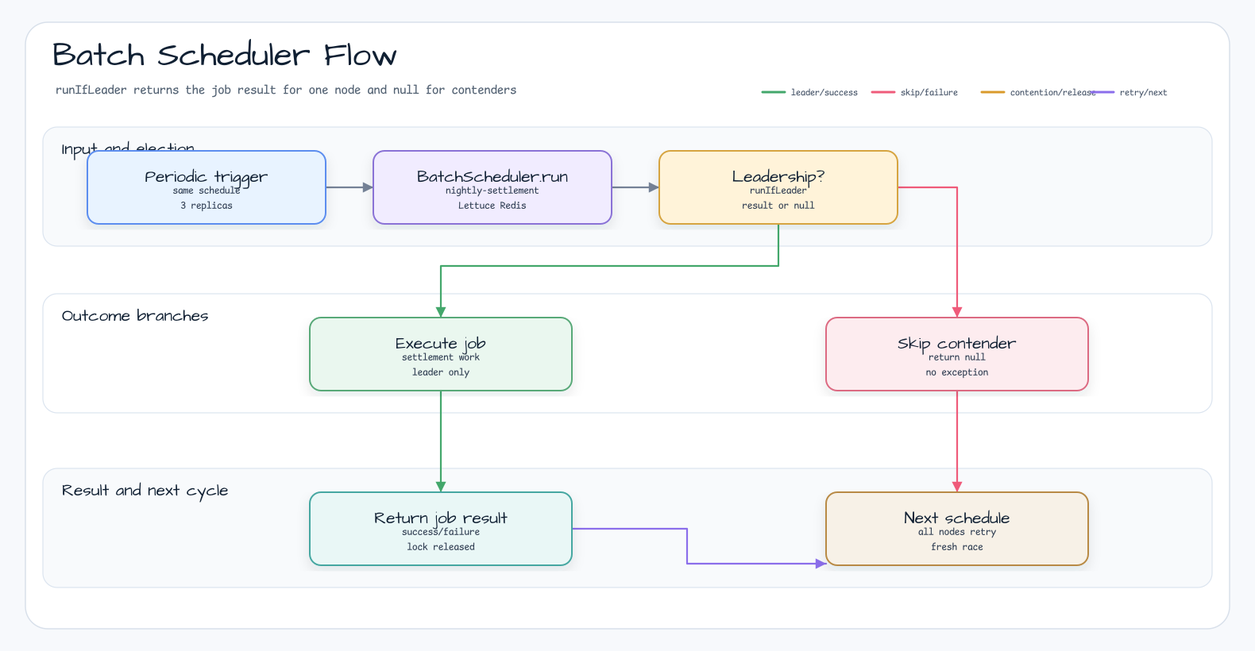
Above: docs/images/readme-diagrams/examples-batch-scheduler-flow-01.png in bluetape4k/bluetape4k-leader (Graphviz), before the change. Its source is kept beside it as docs/images/readme-diagrams/examples-batch-scheduler-flow-01.dot.
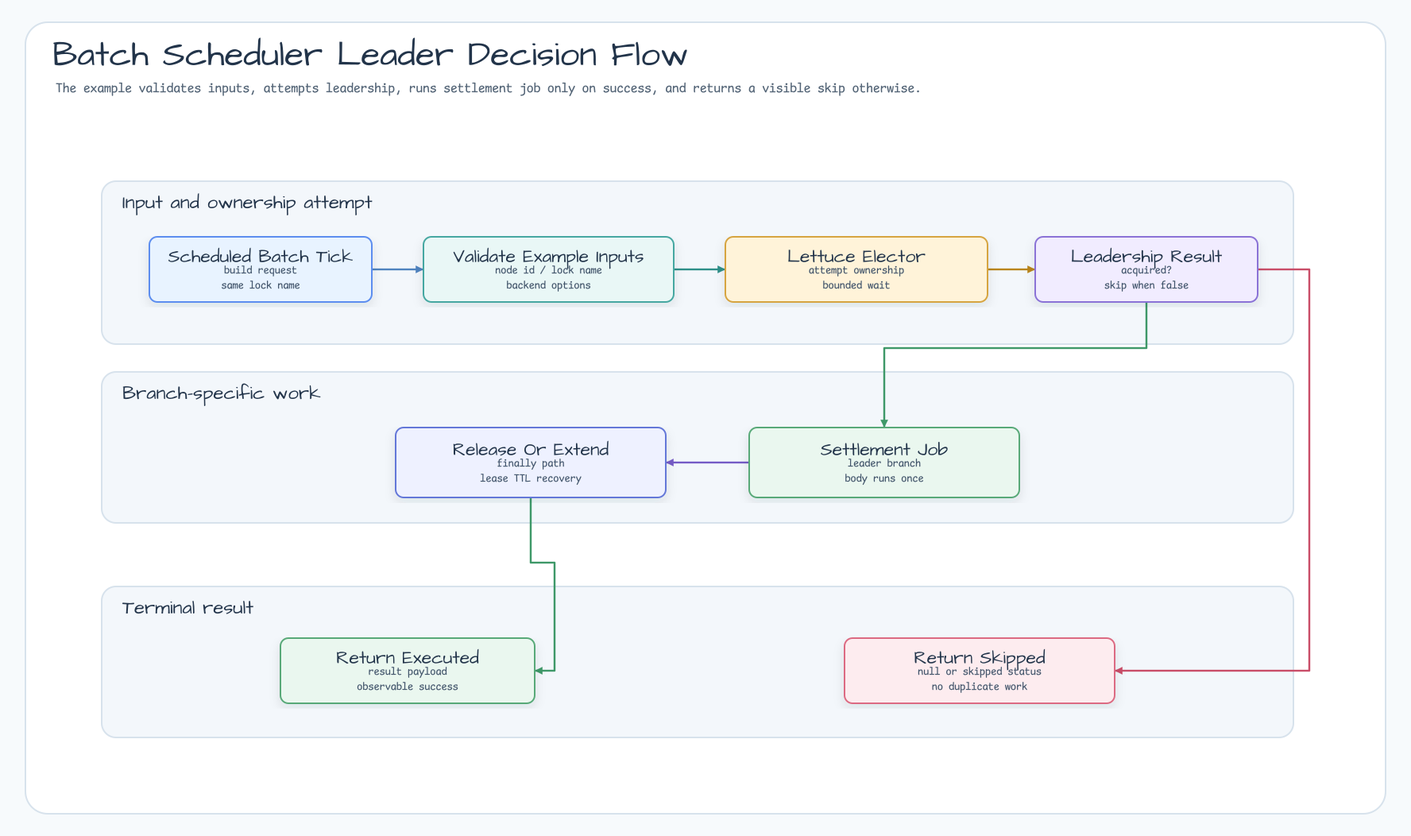
The same diagram one commit later.

What changed in the source:
```diff
@@ -1,39 +1,20 @@
 digraph "examples-batch-scheduler-flow-01" {
-  graph [layout=neato, rankdir=LR, splines=ortho, overlap=false, outputorder=edgesfirst, nodesep=0.55, ranksep=0.75, bgcolor="transparent", label="Batch Scheduler Flow", labelloc=t];
-  node [shape=box, style="rounded,filled", fontname="Architects Daughter", fontsize=18, margin="0.16,0.10"];
-  edge [color="#758297", penwidth=1.8, arrowsize=0.8, fontname="Comic Mono", fontsize=10];
-  n0 [label="Periodic trigger", fillcolor="#ffffff", color="#5B8DEF", width=4.17, height=1.28, pos="260.00,476.00!"];
-  n1 [label="BatchScheduler.run", fillcolor="#ffffff", color="#8A72D6", width=4.17, height=1.28, pos="620.00,476.00!"];
-  n2 [label="Leadership?", fillcolor="#ffffff", color="#D6A441", width=4.17, height=1.28, pos="980.00,476.00!"];
-  n3 [label="Execute job", fillcolor="#ffffff", color="#58A978", width=4.58, height=1.28, pos="555.00,266.00!"];
-  n4 [label="Skip contender", fillcolor="#ffffff", color="#DC6B82", width=4.58, height=1.28, pos="1205.00,266.00!"];
-  n5 [label="Return job result", fillcolor="#ffffff", color="#45A7A1", width=4.58, height=1.28, pos="555.00,46.00!"];
-  n6 [label="Next schedule", fillcolor="#ffffff", color="#B88A44", width=4.58, height=1.28, pos="1205.00,46.00!"];
-  r1p1 [label="", shape=point, width=0.03, height=0.03, fixedsize=true, style=invis, pos="440.00,476.00!"];
-  r1p2 [label="", shape=point, width=0.03, height=0.03, fixedsize=true, style=invis, pos="440.00,476.00!"];
-  n0 -> r1p1 [arrowhead=none];
-  r1p1 -> r1p2 [arrowhead=none];
-  r1p2 -> n1 [];
-  r2p1 [label="", shape=point, width=0.03, height=0.03, fixedsize=true, style=invis, pos="800.00,476.00!"];
-  r2p2 [label="", shape=point, width=0.03, height=0.03, fixedsize=true, style=invis, pos="800.00,476.00!"];
-  n1 -> r2p1 [arrowhead=none];
-  r2p1 -> r2p2 [arrowhead=none];
-  r2p2 -> n2 [];
-  r3p1 [label="", shape=point, width=0.03, height=0.03, fixedsize=true, style=invis, pos="980.00,377.00!"];
-  r3p2 [label="", shape=point, width=0.03, height=0.03, fixedsize=true, style=invis, pos="555.00,377.00!"];
-  n2 -> r3p1 [arrowhead=none];
-  r3p1 -> r3p2 [arrowhead=none];
-  r3p2 -> n3 [];
-  r4p1 [label="", shape=point, width=0.03, height=0.03, fixedsize=true, style=invis, pos="1205.00,476.00!"];
-  r4p2 [label="", shape=point, width=0.03, height=0.03, fixedsize=true, style=invis, pos="1205.00,360.00!"];
-  n2 -> r4p1 [arrowhead=none];
-  r4p1 -> r4p2 [arrowhead=none];
-  r4p2 -> n4 [];
-  n3 -> n5 [];
-  n4 -> n6 [];
-  r7p1 [label="", shape=point, width=0.03, height=0.03, fixedsize=true, style=invis, pos="865.00,46.00!"];
-  r7p2 [label="", shape=point, width=0.03, height=0.03, fixedsize=true, style=invis, pos="865.00,2.00!"];
-  n5 -> r7p1 [arrowhead=none];
-  r7p1 -> r7p2 [arrowhead=none];
-  r7p2 -> n6 [];
+  graph [rankdir=LR, bgcolor="transparent", splines=ortho, nodesep=0.65, ranksep=0.9];
+  node [shape=box, style="rounded,filled", fillcolor="#F8FAFC", color="#94A3B8", fontname="Comic Mono"];
+  edge [color="#758297", fontname="Comic Mono", fontsize=10];
+  "start" [label="Scheduled Batch Tick"];
+  "validate" [label="Validate Example Inputs"];
+  "attempt" [label="Lettuce Elector"];
+  "decision" [label="Leadership Result"];
+  "release" [label="Release Or Extend"];
+  "execute" [label="Settlement Job"];
+  "executed" [label="Return Executed"];
+  "skipped" [label="Return Skipped"];
+  "start" -> "validate" [label="call"];
+  "validate" -> "attempt" [label="dependency"];
+  "attempt" -> "decision" [label="contention"];
+  "decision" -> "execute" [label="success"];
+  "execute" -> "release" [label="release"];
+  "release" -> "executed" [label="success"];
+  "decision" -> "skipped" [label="skip"];
 }
```
